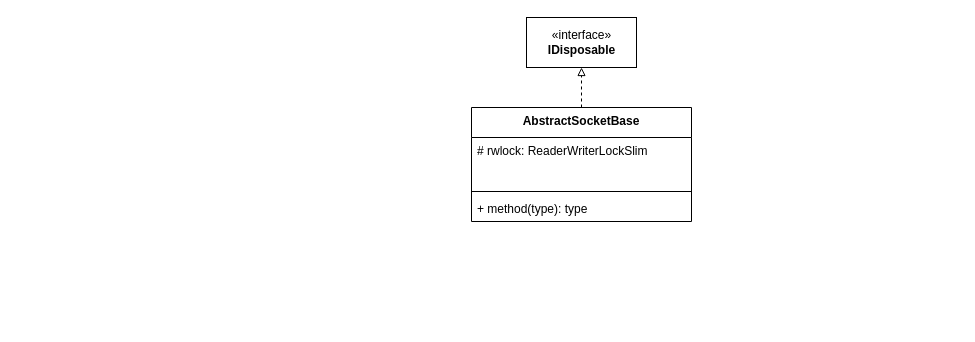
Before: dbbd.drawio in bsrk1013/DBBD, a draw.io diagram. Source tidied: cells renumbered, new cells numbered last; positions are measured from the earlier drawing's top-left corner, leaving out a move shared by most shapes. Both pictures are drawn from the tidied source at 100%, with x=0, y=0 at pixel (471, 17).
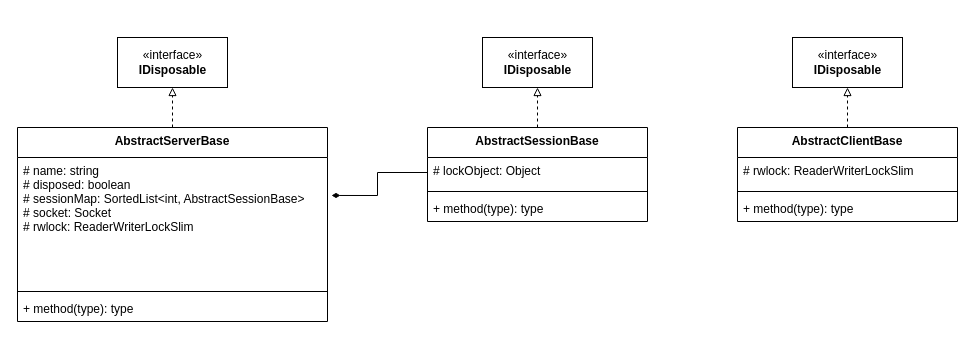
The same page after the edit.

Commit message (it also covers changes not shown here):
다이어그램 갱신

The edit, as a diff of the source:
```diff
@@
     <mxCell id="2" value="«interface»&lt;br&gt;&lt;b&gt;IDisposable&lt;/b&gt;" style="html=1;" parent="1" vertex="1">
-      <mxGeometry x="55" width="110" height="50" as="geometry" />
+      <mxGeometry x="-354" y="20" width="110" height="50" as="geometry" />
     </mxCell>
@@
+    <mxCell id="8" value="«interface»&lt;br&gt;&lt;b&gt;IDisposable&lt;/b&gt;" style="html=1;" parent="1" vertex="1">
+      <mxGeometry x="11" y="20" width="110" height="50" as="geometry" />
+    </mxCell>
+    <mxCell id="9" style="edgeStyle=orthogonalEdgeStyle;rounded=0;jettySize=auto;html=1;entryX=0.5;entryY=1;entryDx=0;entryDy=0;endArrow=block;endFill=0;dashed=1;" parent="1" edge="1" source="12" target="8">
+      <mxGeometry relative="1" as="geometry" />
+    </mxCell>
+    <mxCell id="10" value="«interface»&lt;br&gt;&lt;b&gt;IDisposable&lt;/b&gt;" style="html=1;" parent="1" vertex="1">
+      <mxGeometry x="321" y="20" width="110" height="50" as="geometry" />
+    </mxCell>
+    <mxCell id="11" style="edgeStyle=orthogonalEdgeStyle;rounded=0;jettySize=auto;html=1;entryX=0.5;entryY=1;entryDx=0;entryDy=0;endArrow=block;endFill=0;dashed=1;" parent="1" edge="1" source="16" target="10">
+      <mxGeometry relative="1" as="geometry" />
+    </mxCell>
-    <mxCell id="4" value="AbstractSocketBase" style="swimlane;fontStyle=1;align=center;verticalAlign=top;horizontal=1;startSize=30;" parent="1" vertex="1">
-      <mxGeometry y="90" width="220" height="114" as="geometry" />
+    <mxCell id="4" value="AbstractServerBase" style="swimlane;fontStyle=1;align=center;verticalAlign=top;horizontal=1;startSize=30;" parent="1" vertex="1">
+      <mxGeometry x="-454" y="110" width="310" height="194" as="geometry" />
     </mxCell>
-    <mxCell id="5" value="# rwlock: ReaderWriterLockSlim&#10;" style="text;strokeColor=none;fillColor=none;align=left;verticalAlign=top;spacingLeft=4;spacingRight=4;overflow=hidden;points=[[0,0.5],[1,0.5]];portConstraint=eastwest;" parent="4" vertex="1">
-      <mxGeometry y="30" width="220" height="50" as="geometry" />
+    <mxCell id="5" value="# name: string&#10;# disposed: boolean&#10;# sessionMap: SortedList&lt;int, AbstractSessionBase&gt;&#10;# socket: Socket&#10;# rwlock: ReaderWriterLockSlim&#10;" style="text;strokeColor=none;fillColor=none;align=left;verticalAlign=top;spacingLeft=4;spacingRight=4;overflow=hidden;points=[[0,0.5],[1,0.5]];portConstraint=eastwest;" parent="4" vertex="1">
+      <mxGeometry y="30" width="310" height="130" as="geometry" />
     </mxCell>
     <mxCell id="6" style="line;strokeWidth=1;fillColor=none;align=left;verticalAlign=middle;spacingTop=-1;spacingLeft=3;spacingRight=3;labelPosition=right;" parent="4" vertex="1">
-      <mxGeometry y="80" width="220" height="8" as="geometry" />
+      <mxGeometry y="160" width="310" height="8" as="geometry" />
     </mxCell>
     <mxCell id="7" value="+ method(type): type" style="text;strokeColor=none;fillColor=none;align=left;verticalAlign=top;spacingLeft=4;spacingRight=4;overflow=hidden;" parent="4" vertex="1">
-      <mxGeometry y="88" width="220" height="26" as="geometry" />
+      <mxGeometry y="168" width="310" height="26" as="geometry" />
     </mxCell>
+    <mxCell id="12" value="AbstractSessionBase" style="swimlane;fontStyle=1;align=center;verticalAlign=top;horizontal=1;startSize=30;" parent="1" vertex="1">
+      <mxGeometry x="-44" y="110" width="220" height="94" as="geometry" />
+    </mxCell>
+    <mxCell id="13" value="# lockObject: Object&#10;" style="text;strokeColor=none;fillColor=none;align=left;verticalAlign=top;spacingLeft=4;spacingRight=4;overflow=hidden;points=[[0,0.5],[1,0.5]];portConstraint=eastwest;" parent="12" vertex="1">
+      <mxGeometry y="30" width="220" height="30" as="geometry" />
+    </mxCell>
+    <mxCell id="14" style="line;strokeWidth=1;fillColor=none;align=left;verticalAlign=middle;spacingTop=-1;spacingLeft=3;spacingRight=3;labelPosition=right;" parent="12" vertex="1">
+      <mxGeometry y="60" width="220" height="8" as="geometry" />
+    </mxCell>
+    <mxCell id="15" value="+ method(type): type" style="text;strokeColor=none;fillColor=none;align=left;verticalAlign=top;spacingLeft=4;spacingRight=4;overflow=hidden;" parent="12" vertex="1">
+      <mxGeometry y="68" width="220" height="26" as="geometry" />
+    </mxCell>
+    <mxCell id="16" value="AbstractClientBase" style="swimlane;fontStyle=1;align=center;verticalAlign=top;horizontal=1;startSize=30;" parent="1" vertex="1">
+      <mxGeometry x="266" y="110" width="220" height="94" as="geometry" />
+    </mxCell>
+    <mxCell id="17" value="# rwlock: ReaderWriterLockSlim&#10;" style="text;strokeColor=none;fillColor=none;align=left;verticalAlign=top;spacingLeft=4;spacingRight=4;overflow=hidden;" parent="16" vertex="1">
+      <mxGeometry y="30" width="220" height="30" as="geometry" />
+    </mxCell>
+    <mxCell id="18" style="line;strokeWidth=1;fillColor=none;align=left;verticalAlign=middle;spacingTop=-1;spacingLeft=3;spacingRight=3;labelPosition=right;" parent="16" vertex="1">
+      <mxGeometry y="60" width="220" height="8" as="geometry" />
+    </mxCell>
+    <mxCell id="19" value="+ method(type): type" style="text;strokeColor=none;fillColor=none;align=left;verticalAlign=top;spacingLeft=4;spacingRight=4;overflow=hidden;" parent="16" vertex="1">
+      <mxGeometry y="68" width="220" height="26" as="geometry" />
+    </mxCell>
+    <mxCell id="20" style="edgeStyle=orthogonalEdgeStyle;rounded=0;jettySize=auto;html=1;exitX=0;exitY=0.5;exitDx=0;exitDy=0;entryX=1.013;entryY=0.292;entryDx=0;entryDy=0;entryPerimeter=0;endArrow=diamondThin;endFill=1;" parent="1" edge="1" source="13" target="5">
+      <mxGeometry relative="1" as="geometry" />
+    </mxCell>
```
